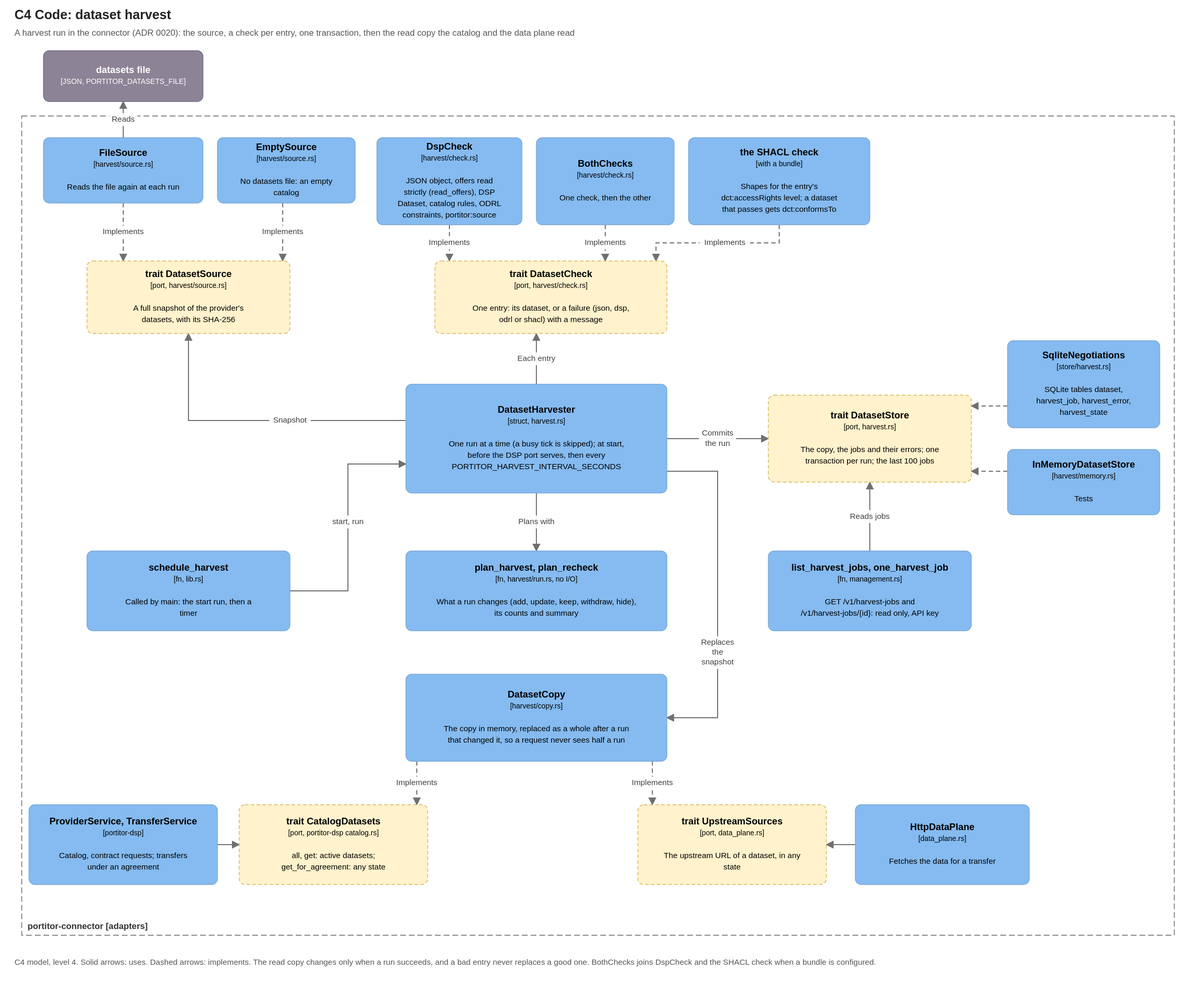
Earlier version of the draw.io export docs/diagrams/c4-harvest-code.drawio.svg (brunopacheco1/portitor). Source tidied: cells renumbered, new cells last; positions are measured from the earlier drawing's top-left corner, leaving out a move shared by most shapes.
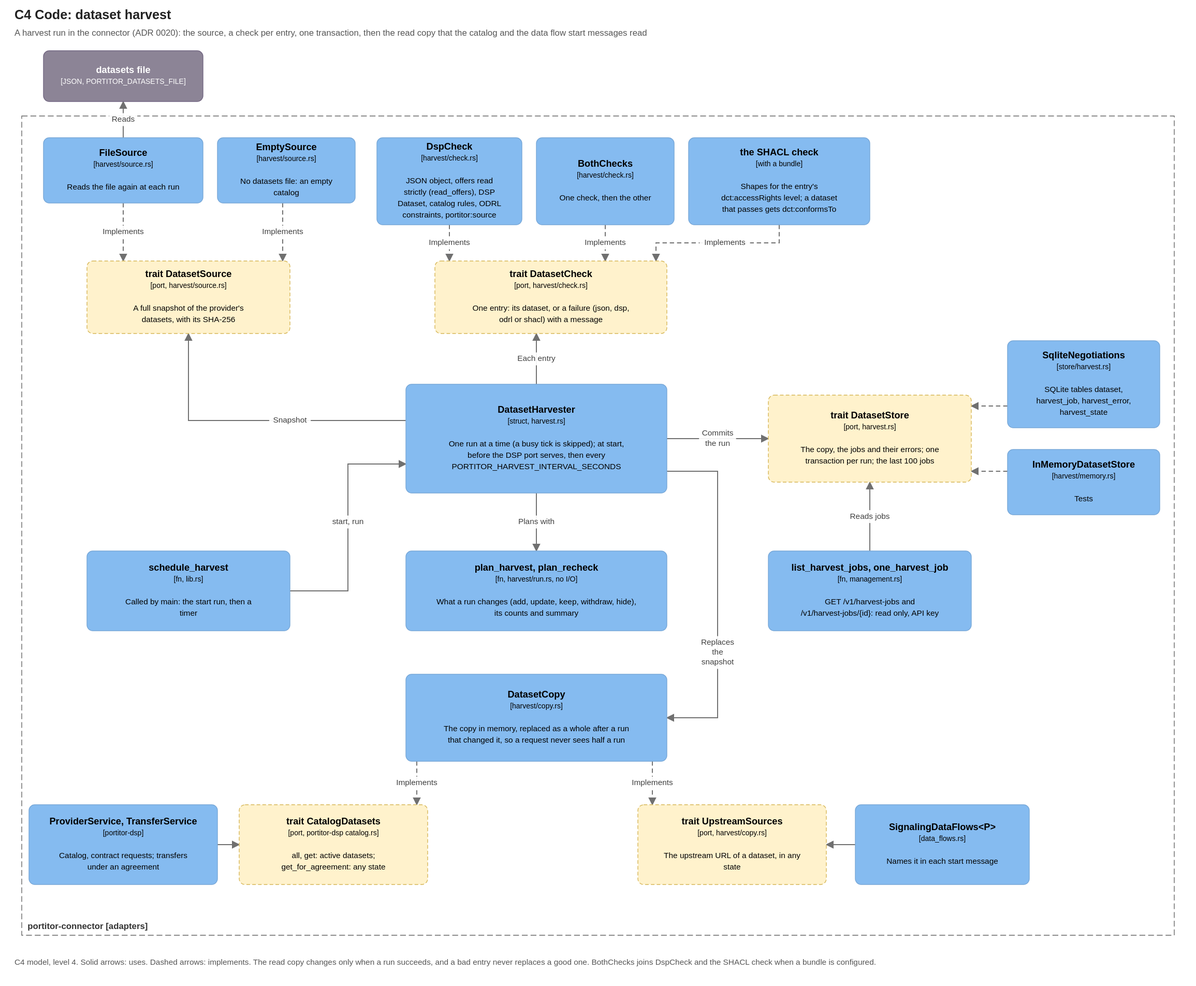
Above is the later version.

Diff of the diagram source:
```diff
@@ -5,7 +5,7 @@
     <mxCell id="2" value="C4 Code: dataset harvest" style="text;html=1;align=left;verticalAlign=middle;fontSize=18;fontStyle=1;fontColor=#222222;whiteSpace=wrap;" parent="1" vertex="1">
       <mxGeometry width="1610" height="24" as="geometry" />
     </mxCell>
-    <mxCell id="3" value="A harvest run in the connector (ADR 0020): the source, a check per entry, one transaction, then the read copy the catalog and the data plane read" style="text;html=1;align=left;verticalAlign=middle;fontSize=12;fontStyle=0;fontColor=#555555;whiteSpace=wrap;" parent="1" vertex="1">
+    <mxCell id="3" value="A harvest run in the connector (ADR 0020): the source, a check per entry, one transaction, then the read copy that the catalog and the data flow start messages read" style="text;html=1;align=left;verticalAlign=middle;fontSize=12;fontStyle=0;fontColor=#555555;whiteSpace=wrap;" parent="1" vertex="1">
       <mxGeometry y="26" width="1610" height="20" as="geometry" />
     </mxCell>
     <mxCell id="4" value="&lt;b&gt;datasets file&lt;/b&gt;&lt;br&gt;&lt;font style=&quot;font-size:10px&quot;&gt;[JSON, PORTITOR_DATASETS_FILE]&lt;/font&gt;" style="rounded=1;arcSize=8;whiteSpace=wrap;html=1;fillColor=#8C8496;strokeColor=#736782;fontColor=#FFFFFF;fontSize=13;align=center;verticalAlign=middle;c4Kind=external;c4Name=datasets file;" parent="1" vertex="1">
@@ -62,13 +62,13 @@
     <mxCell id="21" value="&lt;b&gt;trait CatalogDatasets&lt;/b&gt;&lt;br&gt;&lt;font style=&quot;font-size:10px&quot;&gt;[port, portitor-dsp catalog.rs]&lt;/font&gt;&lt;br&gt;&lt;br&gt;&lt;font style=&quot;font-size:11px&quot;&gt;all, get: active datasets; get_for_agreement: any state&lt;/font&gt;" style="rounded=1;arcSize=8;dashed=1;whiteSpace=wrap;html=1;fillColor=#FFF2CC;strokeColor=#D6B656;fontColor=#000000;fontSize=13;align=center;verticalAlign=middle;c4Kind=port;c4Name=trait CatalogDatasets;" parent="1" vertex="1">
       <mxGeometry x="310" y="1100" width="260" height="110" as="geometry" />
     </mxCell>
-    <mxCell id="22" value="&lt;b&gt;trait UpstreamSources&lt;/b&gt;&lt;br&gt;&lt;font style=&quot;font-size:10px&quot;&gt;[port, data_plane.rs]&lt;/font&gt;&lt;br&gt;&lt;br&gt;&lt;font style=&quot;font-size:11px&quot;&gt;The upstream URL of a dataset, in any state&lt;/font&gt;" style="rounded=1;arcSize=8;dashed=1;whiteSpace=wrap;html=1;fillColor=#FFF2CC;strokeColor=#D6B656;fontColor=#000000;fontSize=13;align=center;verticalAlign=middle;c4Kind=port;c4Name=trait UpstreamSources;" parent="1" vertex="1">
+    <mxCell id="22" value="&lt;b&gt;trait UpstreamSources&lt;/b&gt;&lt;br&gt;&lt;font style=&quot;font-size:10px&quot;&gt;[port, harvest/copy.rs]&lt;/font&gt;&lt;br&gt;&lt;br&gt;&lt;font style=&quot;font-size:11px&quot;&gt;The upstream URL of a dataset, in any state&lt;/font&gt;" style="rounded=1;arcSize=8;dashed=1;whiteSpace=wrap;html=1;fillColor=#FFF2CC;strokeColor=#D6B656;fontColor=#000000;fontSize=13;align=center;verticalAlign=middle;c4Kind=port;c4Name=trait UpstreamSources;" parent="1" vertex="1">
       <mxGeometry x="860" y="1100" width="260" height="110" as="geometry" />
     </mxCell>
     <mxCell id="23" value="&lt;b&gt;ProviderService, TransferService&lt;/b&gt;&lt;br&gt;&lt;font style=&quot;font-size:10px&quot;&gt;[portitor-dsp]&lt;/font&gt;&lt;br&gt;&lt;br&gt;&lt;font style=&quot;font-size:11px&quot;&gt;Catalog, contract requests; transfers under an agreement&lt;/font&gt;" style="rounded=1;arcSize=8;whiteSpace=wrap;html=1;fillColor=#85BBF0;strokeColor=#78A8D8;fontColor=#000000;fontSize=13;align=center;verticalAlign=middle;c4Kind=component;c4Name=ProviderService, TransferService;" parent="1" vertex="1">
       <mxGeometry x="20" y="1100" width="260" height="110" as="geometry" />
     </mxCell>
-    <mxCell id="24" value="&lt;b&gt;HttpDataPlane&lt;/b&gt;&lt;br&gt;&lt;font style=&quot;font-size:10px&quot;&gt;[data_plane.rs]&lt;/font&gt;&lt;br&gt;&lt;br&gt;&lt;font style=&quot;font-size:11px&quot;&gt;Fetches the data for a transfer&lt;/font&gt;" style="rounded=1;arcSize=8;whiteSpace=wrap;html=1;fillColor=#85BBF0;strokeColor=#78A8D8;fontColor=#000000;fontSize=13;align=center;verticalAlign=middle;c4Kind=component;c4Name=HttpDataPlane;" parent="1" vertex="1">
+    <mxCell id="24" value="&lt;b&gt;SignalingDataFlows&amp;lt;P&amp;gt;&lt;/b&gt;&lt;br&gt;&lt;font style=&quot;font-size:10px&quot;&gt;[data_flows.rs]&lt;/font&gt;&lt;br&gt;&lt;br&gt;&lt;font style=&quot;font-size:11px&quot;&gt;Names it in each start message&lt;/font&gt;" style="rounded=1;arcSize=8;whiteSpace=wrap;html=1;fillColor=#85BBF0;strokeColor=#78A8D8;fontColor=#000000;fontSize=13;align=center;verticalAlign=middle;c4Kind=component;c4Name=SignalingDataFlows&lt;P&gt;;" parent="1" vertex="1">
       <mxGeometry x="1160" y="1100" width="240" height="110" as="geometry" />
     </mxCell>
     <mxCell id="25" value="Reads" style="endArrow=blockThin;endFill=1;html=1;rounded=0;strokeColor=#707070;fontSize=11;fontColor=#404040;labelBackgroundColor=#FFFFFF;exitX=0.500;exitY=0.000;exitPerimeter=0;entryX=0.500;entryY=1.000;entryPerimeter=0;" parent="1" edge="1" source="6" target="4">
```
